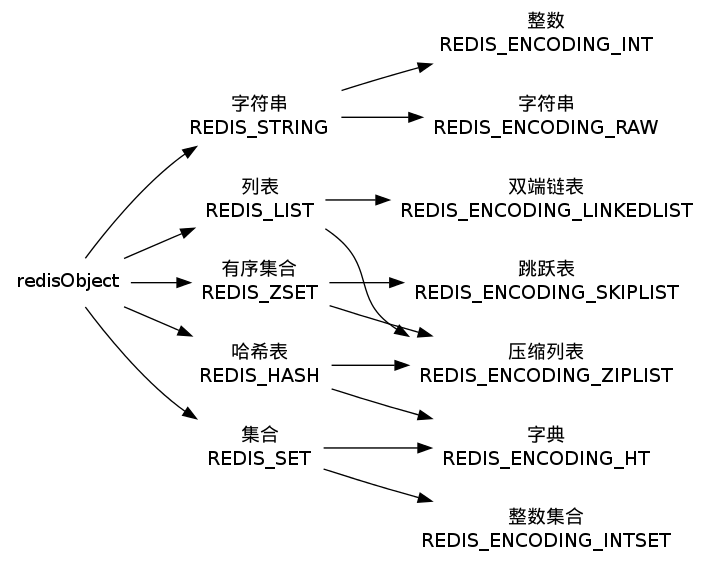
huangzworks/redisbook keeps this Graphviz diagram as datatype/image/datatype.png. Above is the earlier version. Its source is kept beside it as datatype/image/datatype.dot.
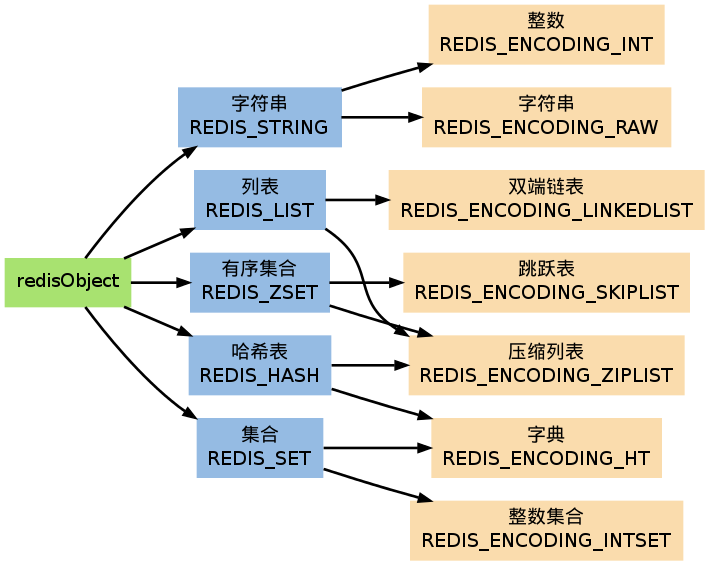
Later version of the same file.

What changed in the source:
```diff
@@ -2,11 +2,15 @@
 
     rankdir=LR;
 
-    node[shape=plaintext];
+    node[shape=plaintext, style = filled];
+
+    edge [style = bold];
 
 
-    redisObject [label="redisObject"];
+    redisObject [label="redisObject", fillcolor = "#A8E270"];
 
+
+    node [fillcolor = "#95BBE3"];
 
     REDIS_STRING [label="字符串\nREDIS_STRING"];
     REDIS_LIST [label="列表\nREDIS_LIST"];
@@ -14,6 +18,8 @@
     REDIS_ZSET [label="有序集合\nREDIS_ZSET"];
     REDIS_HASH [label="哈希表\nREDIS_HASH"];
 
+
+    node [fillcolor = "#FADCAD"];
 
     REDIS_ENCODING_RAW [label="字符串\nREDIS_ENCODING_RAW"];
     REDIS_ENCODING_INT [label="整数\nREDIS_ENCODING_INT"];
```
